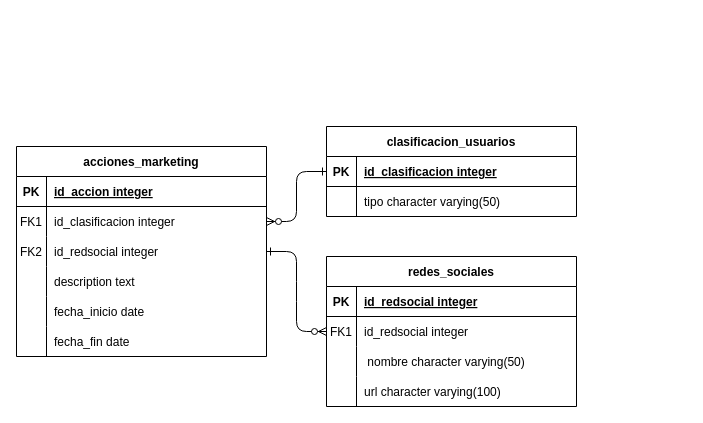
agustinyedro/diagramas keeps this draw.io diagram as Diagrama sin título.drawio. Above is the earlier version. Source tidied: cells renumbered, new cells numbered last; positions are measured from the earlier drawing's top-left corner, leaving out a move shared by most shapes. Both pictures are drawn from the tidied source at 100%, with x=0, y=0 at pixel (16, 126).
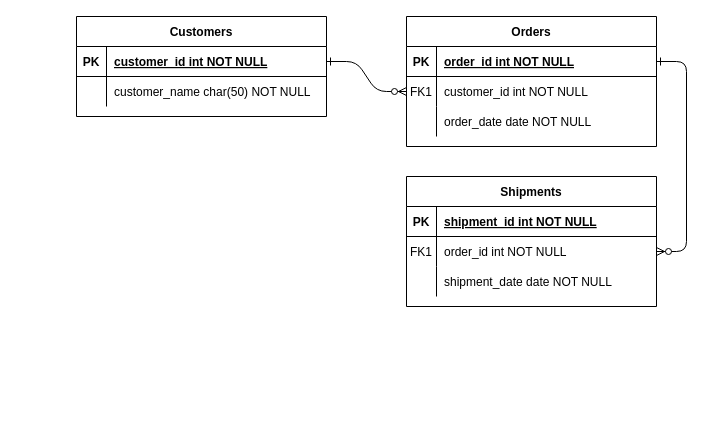
Above is the later version.

Unchanged cells that the change refers to:
```xml
<mxCell id="5" style="shape=partialRectangle;fillColor=none;points=[[0,0.5],[1,0.5]];portConstraint=eastwest;top=0;left=0;right=0;bottom=1;" parent="4" vertex="1">
  <mxGeometry y="30" width="250" height="30" as="geometry" />
</mxCell>
<mxCell id="8" style="shape=partialRectangle;fillColor=none;points=[[0,0.5],[1,0.5]];portConstraint=eastwest;top=0;left=0;right=0;bottom=0;" parent="4" vertex="1">
  <mxGeometry y="60" width="250" height="30" as="geometry" />
</mxCell>
<mxCell id="11" style="shape=partialRectangle;fillColor=none;points=[[0,0.5],[1,0.5]];portConstraint=eastwest;top=0;left=0;right=0;bottom=0;" parent="4" vertex="1">
  <mxGeometry y="90" width="250" height="30" as="geometry" />
</mxCell>
<mxCell id="24" style="shape=partialRectangle;fillColor=none;top=0;left=0;right=0;bottom=1;" parent="23" vertex="1">
  <mxGeometry y="30" width="250" height="30" as="geometry" />
</mxCell>
<mxCell id="27" style="shape=partialRectangle;fillColor=none;points=[[0,0.5],[1,0.5]];portConstraint=eastwest;top=0;left=0;right=0;bottom=0;" parent="23" vertex="1">
  <mxGeometry y="60" width="250" height="30" as="geometry" />
</mxCell>
<mxCell id="30" style="shape=partialRectangle;fillColor=none;top=0;left=0;right=0;bottom=0;" parent="23" vertex="1">
  <mxGeometry y="90" width="250" height="30" as="geometry" />
</mxCell>
<mxCell id="37" style="shape=partialRectangle;fillColor=none;points=[[0,0.5],[1,0.5]];portConstraint=eastwest;top=0;left=0;right=0;bottom=1;" parent="36" vertex="1">
  <mxGeometry y="30" width="250" height="30" as="geometry" />
</mxCell>
<mxCell id="40" style="shape=partialRectangle;fillColor=none;top=0;left=0;right=0;bottom=0;" parent="36" vertex="1">
  <mxGeometry y="60" width="250" height="30" as="geometry" />
</mxCell>
```

What changed in the source:
```diff
@@
-    <mxCell id="3" style="edgeStyle=entityRelationEdgeStyle;endArrow=ERzeroToMany;startArrow=ERone;endFill=1;startFill=0;" parent="1" edge="1" source="11" target="27">
+    <mxCell id="3" style="edgeStyle=entityRelationEdgeStyle;endArrow=ERzeroToMany;startArrow=ERone;endFill=1;startFill=0;" parent="1" edge="1" source="5" target="27">
       <mxGeometry relative="1" as="geometry" />
     </mxCell>
-    <mxCell id="4" value="acciones_marketing" style="shape=table;startSize=30;childLayout=tableLayout;rowLines=0;fontStyle=1;align=center;" parent="1" vertex="1">
-      <mxGeometry y="20" width="250" height="210" as="geometry" />
+    <mxCell id="4" value="Orders" style="shape=table;startSize=30;childLayout=tableLayout;rowLines=0;fontStyle=1;align=center;" parent="1" vertex="1">
+      <mxGeometry x="390" y="-110" width="250" height="130" as="geometry" />
     </mxCell>
@@
-    <mxCell id="7" value="id_accion integer" style="shape=partialRectangle;overflow=hidden;fillColor=none;top=0;left=0;bottom=0;right=0;align=left;spacingLeft=6;fontStyle=5;" parent="5" vertex="1">
+    <mxCell id="7" value="order_id int NOT NULL " style="shape=partialRectangle;overflow=hidden;fillColor=none;top=0;left=0;bottom=0;right=0;align=left;spacingLeft=6;fontStyle=5;" parent="5" vertex="1">
       <mxGeometry x="30" width="220" height="30" as="geometry" />
     </mxCell>
@@
-    <mxCell id="10" value="id_clasificacion integer" style="shape=partialRectangle;overflow=hidden;fillColor=none;top=0;left=0;bottom=0;right=0;align=left;spacingLeft=6;" parent="8" vertex="1">
+    <mxCell id="10" value="customer_id int NOT NULL" style="shape=partialRectangle;overflow=hidden;fillColor=none;top=0;left=0;bottom=0;right=0;align=left;spacingLeft=6;" parent="8" vertex="1">
       <mxGeometry x="30" width="220" height="30" as="geometry" />
     </mxCell>
@@
-    <mxCell id="12" value="FK2" style="shape=partialRectangle;overflow=hidden;fillColor=none;top=0;left=0;bottom=0;right=0;" parent="11" vertex="1">
+    <mxCell id="12" style="shape=partialRectangle;overflow=hidden;fillColor=none;top=0;left=0;bottom=0;right=0;" parent="11" vertex="1">
       <mxGeometry width="30" height="30" as="geometry" />
     </mxCell>
-    <mxCell id="13" value="id_redsocial integer" style="shape=partialRectangle;overflow=hidden;fillColor=none;top=0;left=0;bottom=0;right=0;align=left;spacingLeft=6;" parent="11" vertex="1">
+    <mxCell id="13" value="order_date date NOT NULL" style="shape=partialRectangle;overflow=hidden;fillColor=none;top=0;left=0;bottom=0;right=0;align=left;spacingLeft=6;" parent="11" vertex="1">
       <mxGeometry x="30" width="220" height="30" as="geometry" />
     </mxCell>
-    <mxCell id="14" style="shape=partialRectangle;fillColor=none;top=0;left=0;right=0;bottom=0;" parent="4" vertex="1">
-      <mxGeometry y="120" width="250" height="30" as="geometry" />
-    </mxCell>
-    <mxCell id="15" style="shape=partialRectangle;overflow=hidden;fillColor=none;top=0;left=0;bottom=0;right=0;" parent="14" vertex="1">
-      <mxGeometry width="30" height="30" as="geometry" />
-    </mxCell>
-    <mxCell id="16" value="description text" style="shape=partialRectangle;overflow=hidden;fillColor=none;top=0;left=0;bottom=0;right=0;align=left;spacingLeft=6;" parent="14" vertex="1">
-      <mxGeometry x="30" width="220" height="30" as="geometry" />
-    </mxCell>
-    <mxCell id="17" style="shape=partialRectangle;fillColor=none;top=0;left=0;right=0;bottom=0;" parent="4" vertex="1">
-      <mxGeometry y="150" width="250" height="30" as="geometry" />
-    </mxCell>
-    <mxCell id="18" style="shape=partialRectangle;overflow=hidden;fillColor=none;top=0;left=0;bottom=0;right=0;" parent="17" vertex="1">
-      <mxGeometry width="30" height="30" as="geometry" />
-    </mxCell>
-    <mxCell id="19" value="fecha_inicio date" style="shape=partialRectangle;overflow=hidden;fillColor=none;top=0;left=0;bottom=0;right=0;align=left;spacingLeft=6;" parent="17" vertex="1">
-      <mxGeometry x="30" width="220" height="30" as="geometry" />
-    </mxCell>
-    <mxCell id="20" style="shape=partialRectangle;fillColor=none;top=0;left=0;right=0;bottom=0;" parent="4" vertex="1">
-      <mxGeometry y="180" width="250" height="30" as="geometry" />
-    </mxCell>
-    <mxCell id="21" style="shape=partialRectangle;overflow=hidden;fillColor=none;top=0;left=0;bottom=0;right=0;" parent="20" vertex="1">
-      <mxGeometry width="30" height="30" as="geometry" />
-    </mxCell>
-    <mxCell id="22" value="fecha_fin date" style="shape=partialRectangle;overflow=hidden;fillColor=none;top=0;left=0;bottom=0;right=0;align=left;spacingLeft=6;" parent="20" vertex="1">
-      <mxGeometry x="30" width="220" height="30" as="geometry" />
-    </mxCell>
-    <mxCell id="23" value="redes_sociales" style="shape=table;startSize=30;childLayout=tableLayout;rowLines=0;fontStyle=1;align=center;" parent="1" vertex="1">
-      <mxGeometry x="310" y="130" width="250" height="150" as="geometry" />
+    <mxCell id="23" value="Shipments" style="shape=table;startSize=30;childLayout=tableLayout;rowLines=0;fontStyle=1;align=center;" parent="1" vertex="1">
+      <mxGeometry x="390" y="50" width="250" height="130" as="geometry" />
     </mxCell>
@@
-    <mxCell id="26" value="id_redsocial integer" style="shape=partialRectangle;overflow=hidden;fillColor=none;top=0;left=0;bottom=0;right=0;align=left;spacingLeft=6;fontStyle=5;" parent="24" vertex="1">
+    <mxCell id="26" value="shipment_id int NOT NULL " style="shape=partialRectangle;overflow=hidden;fillColor=none;top=0;left=0;bottom=0;right=0;align=left;spacingLeft=6;fontStyle=5;" parent="24" vertex="1">
       <mxGeometry x="30" width="220" height="30" as="geometry" />
     </mxCell>
@@
-    <mxCell id="29" value="id_redsocial integer" style="shape=partialRectangle;overflow=hidden;fillColor=none;top=0;left=0;bottom=0;right=0;align=left;spacingLeft=6;" parent="27" vertex="1">
+    <mxCell id="29" value="order_id int NOT NULL" style="shape=partialRectangle;overflow=hidden;fillColor=none;top=0;left=0;bottom=0;right=0;align=left;spacingLeft=6;" parent="27" vertex="1">
       <mxGeometry x="30" width="220" height="30" as="geometry" />
     </mxCell>
@@
-    <mxCell id="32" value=" nombre character varying(50)" style="shape=partialRectangle;overflow=hidden;fillColor=none;top=0;left=0;bottom=0;right=0;align=left;spacingLeft=6;" parent="30" vertex="1">
+    <mxCell id="32" value="shipment_date date NOT NULL" style="shape=partialRectangle;overflow=hidden;fillColor=none;top=0;left=0;bottom=0;right=0;align=left;spacingLeft=6;" parent="30" vertex="1">
       <mxGeometry x="30" width="220" height="30" as="geometry" />
     </mxCell>
-    <mxCell id="33" style="shape=partialRectangle;fillColor=none;top=0;left=0;right=0;bottom=0;" parent="23" vertex="1">
-      <mxGeometry y="120" width="250" height="30" as="geometry" />
-    </mxCell>
-    <mxCell id="34" style="shape=partialRectangle;overflow=hidden;fillColor=none;top=0;left=0;bottom=0;right=0;" parent="33" vertex="1">
-      <mxGeometry width="30" height="30" as="geometry" />
-    </mxCell>
-    <mxCell id="35" value="url character varying(100)" style="shape=partialRectangle;overflow=hidden;fillColor=none;top=0;left=0;bottom=0;right=0;align=left;spacingLeft=6;" parent="33" vertex="1">
-      <mxGeometry x="30" width="220" height="30" as="geometry" />
-    </mxCell>
-    <mxCell id="36" value="clasificacion_usuarios" style="shape=table;startSize=30;childLayout=tableLayout;rowLines=0;fontStyle=1;align=center;" parent="1" vertex="1">
-      <mxGeometry x="310" width="250" height="90" as="geometry" />
+    <mxCell id="36" value="Customers" style="shape=table;startSize=30;childLayout=tableLayout;rowLines=0;fontStyle=1;align=center;" parent="1" vertex="1">
+      <mxGeometry x="60" y="-110" width="250" height="100" as="geometry" />
     </mxCell>
@@
-    <mxCell id="39" value="id_clasificacion integer" style="shape=partialRectangle;overflow=hidden;fillColor=none;top=0;left=0;bottom=0;right=0;align=left;spacingLeft=6;fontStyle=5;" parent="37" vertex="1">
+    <mxCell id="39" value="customer_id int NOT NULL " style="shape=partialRectangle;overflow=hidden;fillColor=none;top=0;left=0;bottom=0;right=0;align=left;spacingLeft=6;fontStyle=5;" parent="37" vertex="1">
       <mxGeometry x="30" width="220" height="30" as="geometry" />
     </mxCell>
@@
-    <mxCell id="42" value="tipo character varying(50)" style="shape=partialRectangle;overflow=hidden;fillColor=none;top=0;left=0;bottom=0;right=0;align=left;spacingLeft=6;" parent="40" vertex="1">
+    <mxCell id="42" value="customer_name char(50) NOT NULL" style="shape=partialRectangle;overflow=hidden;fillColor=none;top=0;left=0;bottom=0;right=0;align=left;spacingLeft=6;" parent="40" vertex="1">
       <mxGeometry x="30" width="220" height="30" as="geometry" />
     </mxCell>
```
